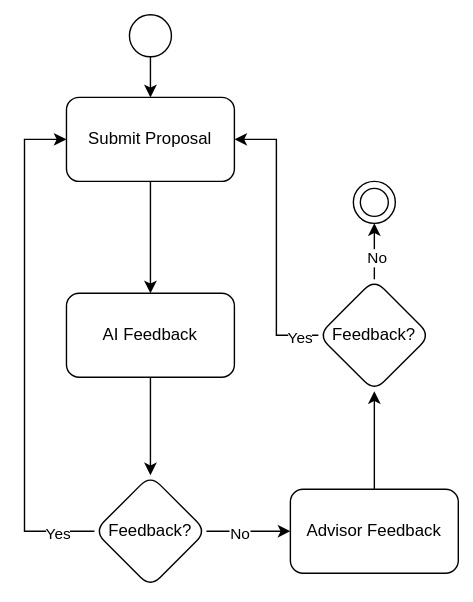
Above: gpt-feedback-process.svg in fabian-emilius/bachelor-thesis-charts (draw.io), before the change. Source tidied: cells renumbered, new cells last; positions are measured from the earlier drawing's top-left corner, leaving out a move shared by most shapes.
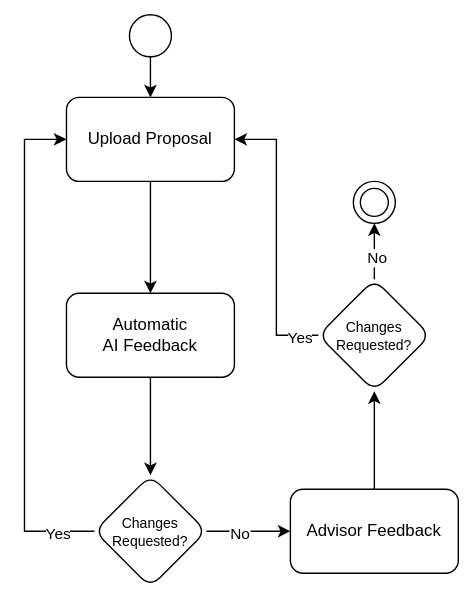
Above is the later version.

The edit, as a diff of the source:
```diff
@@ -5,13 +5,13 @@
     <mxCell id="2" style="edgeStyle=orthogonalEdgeStyle;rounded=0;jettySize=auto;html=1;" parent="1" edge="1" source="3" target="5">
       <mxGeometry relative="1" as="geometry" />
     </mxCell>
-    <mxCell id="3" value="Submit Proposal" style="rounded=1;whiteSpace=wrap;html=1;" parent="1" vertex="1">
+    <mxCell id="3" value="Upload Proposal" style="rounded=1;whiteSpace=wrap;html=1;" parent="1" vertex="1">
       <mxGeometry x="30" y="59" width="120" height="60" as="geometry" />
     </mxCell>
     <mxCell id="4" style="edgeStyle=orthogonalEdgeStyle;rounded=0;jettySize=auto;html=1;" parent="1" edge="1" source="5" target="10">
       <mxGeometry relative="1" as="geometry" />
     </mxCell>
-    <mxCell id="5" value="AI Feedback" style="rounded=1;whiteSpace=wrap;html=1;" parent="1" vertex="1">
+    <mxCell id="5" value="&lt;div&gt;Automatic&lt;/div&gt;AI Feedback" style="rounded=1;whiteSpace=wrap;html=1;" parent="1" vertex="1">
       <mxGeometry x="30" y="199" width="120" height="60" as="geometry" />
     </mxCell>
     <mxCell id="6" style="edgeStyle=orthogonalEdgeStyle;rounded=0;jettySize=auto;html=1;exitX=0;exitY=0.5;exitDx=0;exitDy=0;entryX=0;entryY=0.5;entryDx=0;entryDy=0;" parent="1" edge="1" source="10" target="3">
@@ -31,7 +31,7 @@
     <mxCell id="9" value="No" style="edgeLabel;html=1;align=center;verticalAlign=middle;" parent="8" vertex="1">
       <mxGeometry x="-0.23" y="-1" relative="1" as="geometry" />
     </mxCell>
-    <mxCell id="10" value="Feedback?" style="rhombus;whiteSpace=wrap;html=1;rounded=1;" parent="1" vertex="1">
+    <mxCell id="10" value="&lt;font style=&quot;font-size: 10px;&quot;&gt;Changes&lt;/font&gt;&lt;div style=&quot;font-size: 10px;&quot;&gt;&lt;font style=&quot;font-size: 10px;&quot;&gt;Requested?&lt;/font&gt;&lt;/div&gt;" style="rhombus;whiteSpace=wrap;html=1;rounded=1;" parent="1" vertex="1">
       <mxGeometry x="50" y="329" width="80" height="80" as="geometry" />
     </mxCell>
     <mxCell id="11" style="edgeStyle=orthogonalEdgeStyle;rounded=0;jettySize=auto;html=1;exitX=0.5;exitY=0;exitDx=0;exitDy=0;entryX=0.5;entryY=1;entryDx=0;entryDy=0;" parent="1" edge="1" source="12" target="17">
@@ -52,7 +52,7 @@
     <mxCell id="16" value="Yes" style="edgeLabel;html=1;align=center;verticalAlign=middle;" parent="15" vertex="1">
       <mxGeometry x="-0.86" y="1" relative="1" as="geometry" />
     </mxCell>
-    <mxCell id="17" value="Feedback?" style="rhombus;whiteSpace=wrap;html=1;rounded=1;" parent="1" vertex="1">
+    <mxCell id="17" value="&lt;font style=&quot;font-size: 10px;&quot;&gt;Changes&lt;/font&gt;&lt;div style=&quot;font-size: 10px;&quot;&gt;&lt;font style=&quot;font-size: 10px;&quot;&gt;Requested?&lt;/font&gt;&lt;/div&gt;" style="rhombus;whiteSpace=wrap;html=1;rounded=1;" parent="1" vertex="1">
       <mxGeometry x="210" y="189" width="80" height="80" as="geometry" />
     </mxCell>
     <mxCell id="18" style="ellipse;whiteSpace=wrap;html=1;rounded=1;" parent="1" vertex="1">
```
